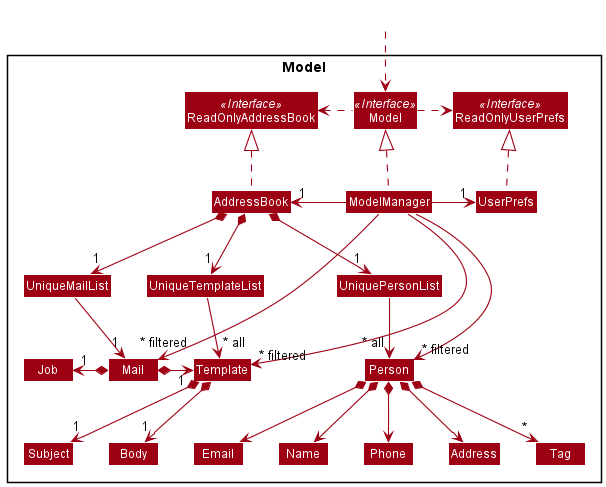
Above: docs/images/ModelClassDiagram.png in ooawagaeri/tp (PlantUML), before the change.
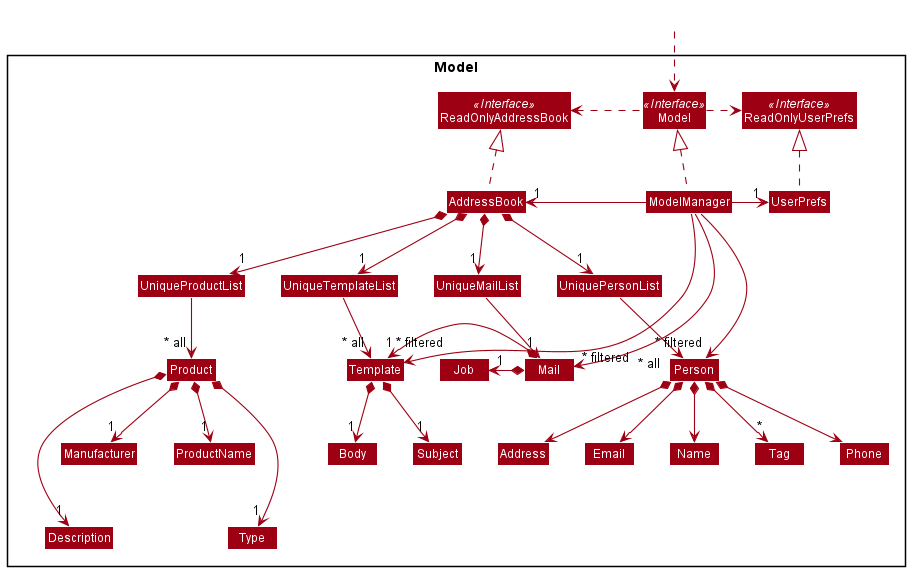
Later version of the same file.

Commit message:
Update model and Ui class diagrams.

The edit, as a diff of the source:
```diff
@@ -33,6 +33,13 @@
 Class Mail
 
 Class Job
+
+Class UniqueProductList
+Class Product
+Class ProductName
+Class Type
+Class Manufacturer
+Class Description
 }
 
 Class HiddenOutside #FFFFFF
@@ -74,4 +81,14 @@
 ModelManager -->"~* filtered" Person
 ModelManager -->"~* filtered" Template
 ModelManager -->"~* filtered" Mail
+
+UniqueProductList -[hidden]left- UniquePersonList
+ProductName -[hidden]down- Type
+Manufacturer -[hidden]down- Description
+AddressBook *--> "1" UniqueProductList
+UniqueProductList --> "~* all" Product
+Product *--> "1" ProductName
+Product *--> "1" Type
+Product *--> "1" Description
+Product *--> "1" Manufacturer
 @enduml
```
